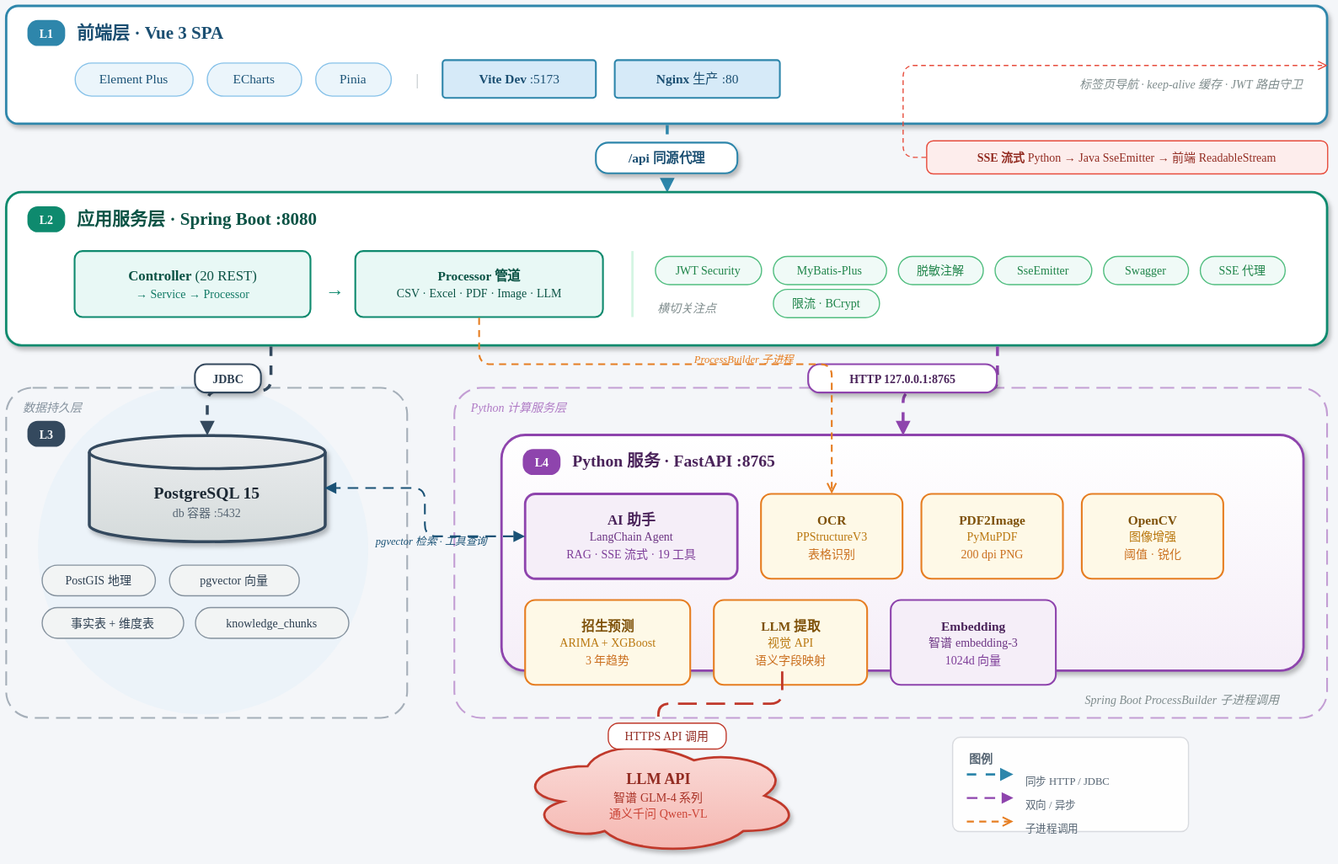
Above: docs/images/系统架构图.svg in LCJM-85/ArchiveBridge (draw.io), before the change. Source tidied: cells renumbered, new cells last; positions are measured from the earlier drawing's top-left corner, leaving out a move shared by most shapes.
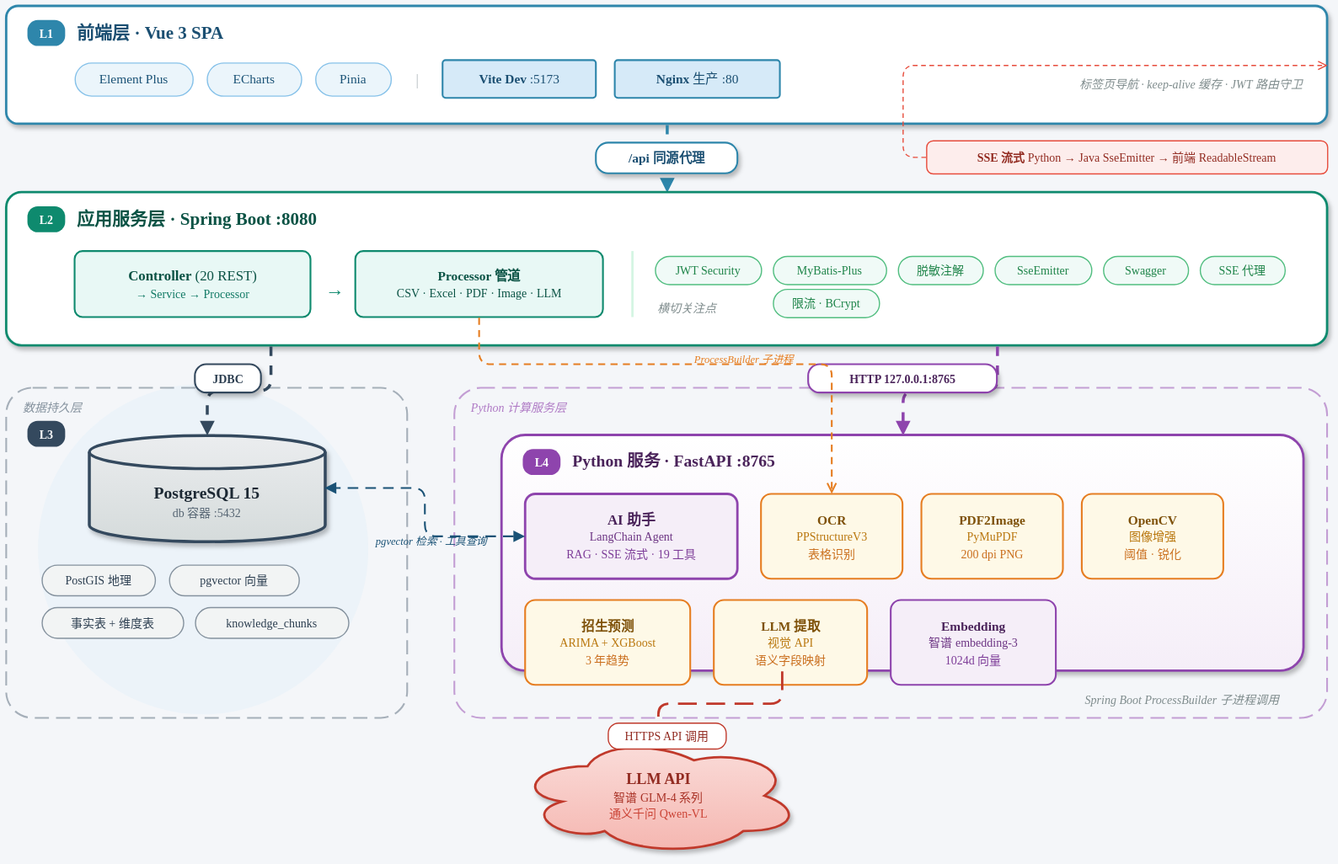
The same file after the commit.

Commit message:
Update 系统架构图.svg

Change to the diagram source:
```diff
@@ -198,38 +198,5 @@
         </Array>
       </mxGeometry>
     </mxCell>
-    <mxCell id="64" style="rounded=1;whiteSpace=wrap;html=1;arcSize=8;fillColor=#FFFFFF;strokeColor=#D5D8DC;strokeWidth=1;opacity=90;" parent="1" vertex="1">
-      <mxGeometry x="802" y="620" width="200" height="80" as="geometry" />
-    </mxCell>
-    <mxCell id="65" value="图例" style="text;html=1;strokeColor=none;fillColor=none;align=left;fontFamily=Microsoft YaHei;fontSize=10;fontStyle=1;fontColor=#566573;" parent="1" vertex="1">
-      <mxGeometry x="814" y="626" width="40" height="16" as="geometry" />
-    </mxCell>
-    <mxCell id="66" style="endArrow=block;html=1;strokeColor=#2E86AB;strokeWidth=2;flowAnimation=1;" parent="1" edge="1">
-      <mxGeometry relative="1" as="geometry">
-        <mxPoint x="814" y="652" as="sourcePoint" />
-        <mxPoint x="854" y="652" as="targetPoint" />
-      </mxGeometry>
-    </mxCell>
-    <mxCell id="67" value="同步 HTTP / JDBC" style="text;html=1;strokeColor=none;fillColor=none;align=left;fontFamily=Microsoft YaHei;fontSize=9;fontColor=#566573;" parent="1" vertex="1">
-      <mxGeometry x="862" y="646" width="100" height="14" as="geometry" />
-    </mxCell>
-    <mxCell id="68" style="endArrow=block;html=1;strokeColor=#8E44AD;strokeWidth=1.5;dashed=1;dashPattern=6 4;flowAnimation=1;" parent="1" edge="1">
-      <mxGeometry relative="1" as="geometry">
-        <mxPoint x="814" y="672" as="sourcePoint" />
-        <mxPoint x="854" y="672" as="targetPoint" />
-      </mxGeometry>
-    </mxCell>
-    <mxCell id="69" value="双向 / 异步" style="text;html=1;strokeColor=none;fillColor=none;align=left;fontFamily=Microsoft YaHei;fontSize=9;fontColor=#566573;" parent="1" vertex="1">
-      <mxGeometry x="862" y="666" width="80" height="14" as="geometry" />
-    </mxCell>
-    <mxCell id="70" style="endArrow=open;html=1;strokeColor=#E67E22;strokeWidth=1.5;dashed=1;dashPattern=4 3;flowAnimation=1;" parent="1" edge="1">
-      <mxGeometry relative="1" as="geometry">
-        <mxPoint x="814" y="692" as="sourcePoint" />
-        <mxPoint x="854" y="692" as="targetPoint" />
-      </mxGeometry>
-    </mxCell>
-    <mxCell id="71" value="子进程调用" style="text;html=1;strokeColor=none;fillColor=none;align=left;fontFamily=Microsoft YaHei;fontSize=9;fontColor=#566573;" parent="1" vertex="1">
-      <mxGeometry x="862" y="686" width="80" height="14" as="geometry" />
-    </mxCell>
   </root>
 </mxGraphModel>
```
